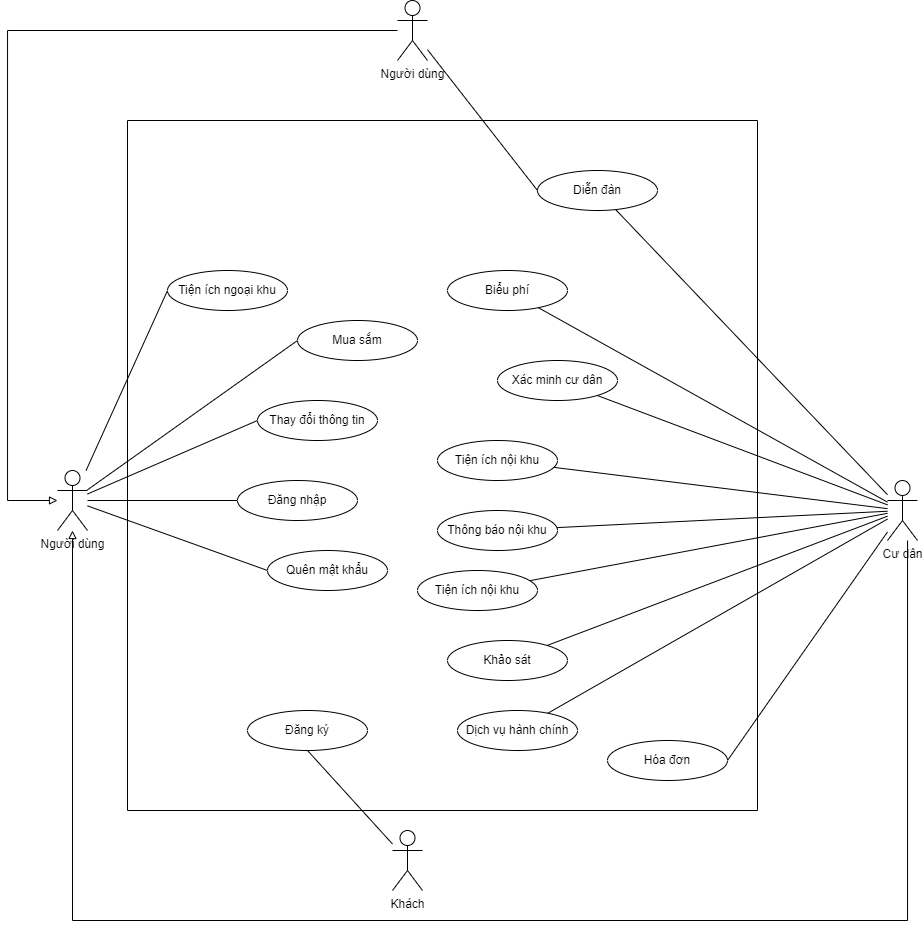
This is usecase diagram/use case tông quan.drawio.png from kienndhn/draw-io, a draw.io export, as it was before one commit. Source tidied: cells renumbered, new cells last; positions are measured from the earlier drawing's top-left corner, leaving out a move shared by most shapes. Source of this version:
```xml
<mxGraphModel>
  <root>
    <mxCell id="0" />
    <mxCell id="1" parent="0" />
    <mxCell id="2" style="edgeStyle=none;rounded=0;jettySize=auto;html=1;entryX=0;entryY=0.5;entryDx=0;entryDy=0;endArrow=none;endFill=0;" parent="1" edge="1" source="8" target="23">
      <mxGeometry relative="1" as="geometry" />
    </mxCell>
    <mxCell id="3" style="edgeStyle=none;rounded=0;jettySize=auto;html=1;entryX=0;entryY=0.5;entryDx=0;entryDy=0;endArrow=none;endFill=0;" parent="1" edge="1" source="8" target="22">
      <mxGeometry relative="1" as="geometry" />
    </mxCell>
    <mxCell id="4" style="edgeStyle=none;rounded=0;jettySize=auto;html=1;entryX=0;entryY=0.5;entryDx=0;entryDy=0;endArrow=none;endFill=0;" parent="1" edge="1" source="8" target="24">
      <mxGeometry relative="1" as="geometry" />
    </mxCell>
    <mxCell id="5" style="edgeStyle=none;rounded=0;jettySize=auto;html=1;entryX=0;entryY=0.5;entryDx=0;entryDy=0;endArrow=none;endFill=0;" parent="1" edge="1" source="8" target="20">
      <mxGeometry relative="1" as="geometry" />
    </mxCell>
    <mxCell id="6" style="edgeStyle=none;rounded=0;jettySize=auto;html=1;entryX=0;entryY=0.5;entryDx=0;entryDy=0;endArrow=none;endFill=0;" parent="1" edge="1" source="8" target="21">
      <mxGeometry relative="1" as="geometry" />
    </mxCell>
    <mxCell id="7" style="edgeStyle=orthogonalEdgeStyle;rounded=0;jettySize=auto;html=1;startArrow=block;startFill=0;endArrow=none;endFill=0;" parent="1" edge="1" source="8" target="35">
      <mxGeometry relative="1" as="geometry">
        <Array as="points">
          <mxPoint y="500" />
          <mxPoint y="30" />
        </Array>
      </mxGeometry>
    </mxCell>
    <mxCell id="8" value="Người dùng" style="shape=umlActor;verticalLabelPosition=bottom;verticalAlign=top;html=1;outlineConnect=0;" parent="1" vertex="1">
      <mxGeometry x="50" y="470" width="30" height="60" as="geometry" />
    </mxCell>
    <mxCell id="9" style="rounded=0;jettySize=auto;html=1;entryX=0.5;entryY=1;entryDx=0;entryDy=0;endArrow=none;endFill=0;" parent="1" edge="1" source="10" target="25">
      <mxGeometry relative="1" as="geometry" />
    </mxCell>
    <mxCell id="10" value="Khách" style="shape=umlActor;verticalLabelPosition=bottom;verticalAlign=top;html=1;outlineConnect=0;" parent="1" vertex="1">
      <mxGeometry x="385" y="830" width="30" height="60" as="geometry" />
    </mxCell>
    <mxCell id="11" style="edgeStyle=orthogonalEdgeStyle;rounded=0;jettySize=auto;html=1;endArrow=block;endFill=0;" parent="1" edge="1" source="13" target="8">
      <mxGeometry relative="1" as="geometry">
        <Array as="points">
          <mxPoint x="900" y="920" />
          <mxPoint x="65" y="920" />
        </Array>
      </mxGeometry>
    </mxCell>
    <mxCell id="12" style="edgeStyle=none;rounded=0;jettySize=auto;html=1;entryX=1;entryY=0.5;entryDx=0;entryDy=0;startArrow=none;startFill=0;endArrow=none;endFill=0;" parent="1" edge="1" source="13" target="30">
      <mxGeometry relative="1" as="geometry" />
    </mxCell>
    <mxCell id="13" value="Cư dân" style="shape=umlActor;verticalLabelPosition=bottom;verticalAlign=top;html=1;outlineConnect=0;" parent="1" vertex="1">
      <mxGeometry x="880" y="480" width="30" height="60" as="geometry" />
    </mxCell>
    <mxCell id="14" style="rounded=0;jettySize=auto;html=1;startArrow=none;startFill=0;endArrow=none;endFill=0;" parent="1" edge="1" source="29" target="13">
      <mxGeometry relative="1" as="geometry" />
    </mxCell>
    <mxCell id="15" style="edgeStyle=none;rounded=0;jettySize=auto;html=1;startArrow=none;startFill=0;endArrow=none;endFill=0;" parent="1" edge="1" source="28" target="13">
      <mxGeometry relative="1" as="geometry" />
    </mxCell>
    <mxCell id="16" style="edgeStyle=none;rounded=0;jettySize=auto;html=1;startArrow=none;startFill=0;endArrow=none;endFill=0;" parent="1" edge="1" source="32" target="13">
      <mxGeometry relative="1" as="geometry" />
    </mxCell>
    <mxCell id="17" style="edgeStyle=none;rounded=0;jettySize=auto;html=1;startArrow=none;startFill=0;endArrow=none;endFill=0;" parent="1" edge="1" source="27" target="13">
      <mxGeometry relative="1" as="geometry" />
    </mxCell>
    <mxCell id="18" style="edgeStyle=none;rounded=0;jettySize=auto;html=1;startArrow=none;startFill=0;endArrow=none;endFill=0;" parent="1" edge="1" source="26" target="13">
      <mxGeometry relative="1" as="geometry" />
    </mxCell>
    <mxCell id="19" style="swimlane;startSize=0;" parent="1" vertex="1">
      <mxGeometry x="120" y="120" width="630" height="690" as="geometry" />
    </mxCell>
    <mxCell id="20" value="Tiện ích ngoại khu" style="ellipse;whiteSpace=wrap;html=1;" parent="19" vertex="1">
      <mxGeometry x="40" y="150" width="120" height="40" as="geometry" />
    </mxCell>
    <mxCell id="21" value="Mua sắm" style="ellipse;whiteSpace=wrap;html=1;" parent="19" vertex="1">
      <mxGeometry x="170" y="200" width="120" height="40" as="geometry" />
    </mxCell>
    <mxCell id="22" value="Thay đổi thông tin" style="ellipse;whiteSpace=wrap;html=1;" parent="19" vertex="1">
      <mxGeometry x="130" y="280" width="120" height="40" as="geometry" />
    </mxCell>
    <mxCell id="23" value="Đăng nhập" style="ellipse;whiteSpace=wrap;html=1;" parent="19" vertex="1">
      <mxGeometry x="110" y="360" width="120" height="40" as="geometry" />
    </mxCell>
    <mxCell id="24" value="Quên mật khẩu" style="ellipse;whiteSpace=wrap;html=1;" parent="19" vertex="1">
      <mxGeometry x="140" y="430" width="120" height="40" as="geometry" />
    </mxCell>
    <mxCell id="25" value="Đăng ký" style="ellipse;whiteSpace=wrap;html=1;" parent="19" vertex="1">
      <mxGeometry x="120" y="590" width="120" height="40" as="geometry" />
    </mxCell>
    <mxCell id="26" value="Diễn đàn" style="ellipse;whiteSpace=wrap;html=1;" parent="19" vertex="1">
      <mxGeometry x="410" y="50" width="120" height="40" as="geometry" />
    </mxCell>
    <mxCell id="27" value="Tiện ích nội khu" style="ellipse;whiteSpace=wrap;html=1;" parent="19" vertex="1">
      <mxGeometry x="290" y="450" width="120" height="40" as="geometry" />
    </mxCell>
    <mxCell id="28" value="Tiện ích nội khu" style="ellipse;whiteSpace=wrap;html=1;" parent="19" vertex="1">
      <mxGeometry x="310" y="320" width="120" height="40" as="geometry" />
    </mxCell>
    <mxCell id="29" value="Xác minh cư dân" style="ellipse;whiteSpace=wrap;html=1;" parent="19" vertex="1">
      <mxGeometry x="370" y="240" width="120" height="40" as="geometry" />
    </mxCell>
    <mxCell id="30" value="Hóa đơn" style="ellipse;whiteSpace=wrap;html=1;" parent="19" vertex="1">
      <mxGeometry x="480" y="620" width="120" height="40" as="geometry" />
    </mxCell>
    <mxCell id="31" value="Biểu phí" style="ellipse;whiteSpace=wrap;html=1;" parent="19" vertex="1">
      <mxGeometry x="320" y="150" width="120" height="40" as="geometry" />
    </mxCell>
    <mxCell id="32" value="Thông báo nội khu" style="ellipse;whiteSpace=wrap;html=1;" parent="19" vertex="1">
      <mxGeometry x="310" y="390" width="120" height="40" as="geometry" />
    </mxCell>
    <mxCell id="33" value="Khảo sát" style="ellipse;whiteSpace=wrap;html=1;" parent="19" vertex="1">
      <mxGeometry x="320" y="520" width="120" height="40" as="geometry" />
    </mxCell>
    <mxCell id="34" value="Dịch vụ hành chính" style="ellipse;whiteSpace=wrap;html=1;" parent="19" vertex="1">
      <mxGeometry x="330" y="590" width="120" height="40" as="geometry" />
    </mxCell>
    <mxCell id="35" value="Người dùng" style="shape=umlActor;verticalLabelPosition=bottom;verticalAlign=top;html=1;outlineConnect=0;" parent="1" vertex="1">
      <mxGeometry x="390" width="30" height="60" as="geometry" />
    </mxCell>
    <mxCell id="36" style="edgeStyle=none;rounded=0;jettySize=auto;html=1;entryX=0;entryY=0.5;entryDx=0;entryDy=0;startArrow=none;startFill=0;endArrow=none;endFill=0;" parent="1" edge="1" source="35" target="26">
      <mxGeometry relative="1" as="geometry" />
    </mxCell>
    <mxCell id="37" style="rounded=0;jettySize=auto;html=1;startArrow=none;startFill=0;endArrow=none;endFill=0;" parent="1" edge="1" source="31" target="13">
      <mxGeometry relative="1" as="geometry" />
    </mxCell>
    <mxCell id="38" style="edgeStyle=none;rounded=0;jettySize=auto;html=1;startArrow=none;startFill=0;endArrow=none;endFill=0;" parent="1" edge="1" source="33" target="13">
      <mxGeometry relative="1" as="geometry" />
    </mxCell>
    <mxCell id="39" style="edgeStyle=none;rounded=0;jettySize=auto;html=1;startArrow=none;startFill=0;endArrow=none;endFill=0;" parent="1" edge="1" source="34" target="13">
      <mxGeometry relative="1" as="geometry" />
    </mxCell>
  </root>
</mxGraphModel>
```
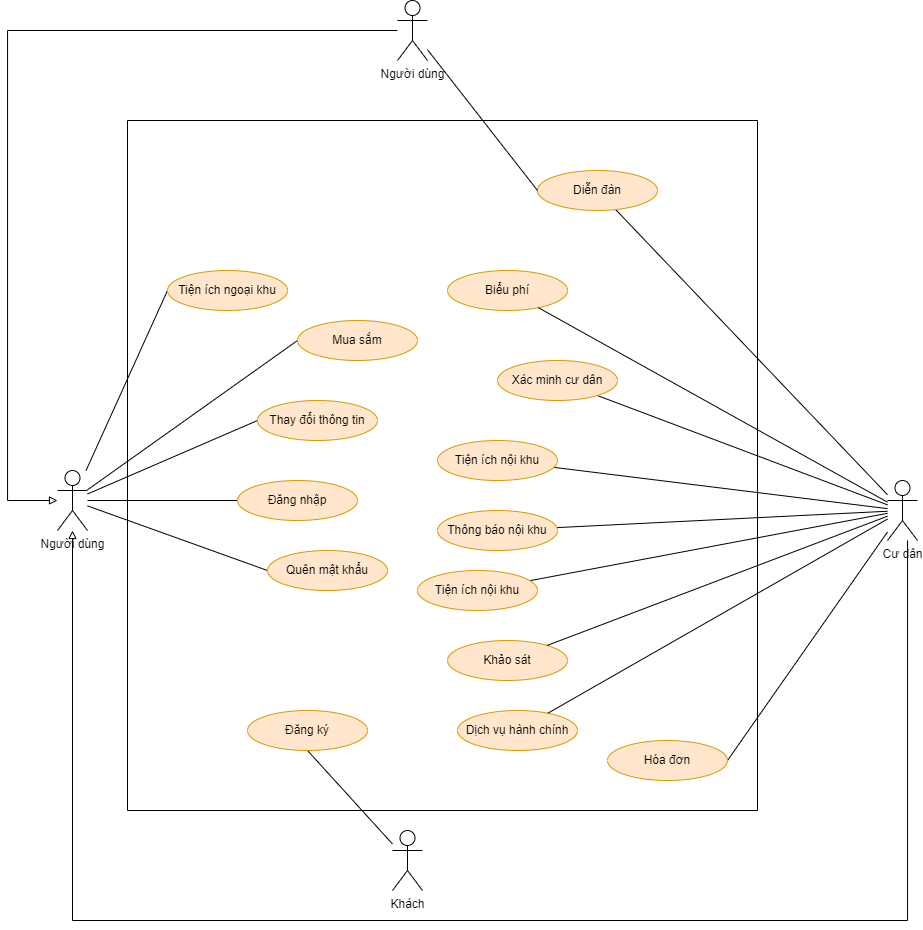
After the change.

The edit, as a diff of the source:
```diff
@@ -66,49 +66,49 @@
     <mxCell id="19" style="swimlane;startSize=0;" parent="1" vertex="1">
       <mxGeometry x="120" y="120" width="630" height="690" as="geometry" />
     </mxCell>
-    <mxCell id="20" value="Tiện ích ngoại khu" style="ellipse;whiteSpace=wrap;html=1;" parent="19" vertex="1">
+    <mxCell id="20" value="Tiện ích ngoại khu" style="ellipse;whiteSpace=wrap;html=1;fillColor=#ffe6cc;strokeColor=#d79b00;" parent="19" vertex="1">
       <mxGeometry x="40" y="150" width="120" height="40" as="geometry" />
     </mxCell>
-    <mxCell id="21" value="Mua sắm" style="ellipse;whiteSpace=wrap;html=1;" parent="19" vertex="1">
+    <mxCell id="21" value="Mua sắm" style="ellipse;whiteSpace=wrap;html=1;fillColor=#ffe6cc;strokeColor=#d79b00;" parent="19" vertex="1">
       <mxGeometry x="170" y="200" width="120" height="40" as="geometry" />
     </mxCell>
-    <mxCell id="22" value="Thay đổi thông tin" style="ellipse;whiteSpace=wrap;html=1;" parent="19" vertex="1">
+    <mxCell id="22" value="Thay đổi thông tin" style="ellipse;whiteSpace=wrap;html=1;fillColor=#ffe6cc;strokeColor=#d79b00;" parent="19" vertex="1">
       <mxGeometry x="130" y="280" width="120" height="40" as="geometry" />
     </mxCell>
-    <mxCell id="23" value="Đăng nhập" style="ellipse;whiteSpace=wrap;html=1;" parent="19" vertex="1">
+    <mxCell id="23" value="Đăng nhập" style="ellipse;whiteSpace=wrap;html=1;fillColor=#ffe6cc;strokeColor=#d79b00;" parent="19" vertex="1">
       <mxGeometry x="110" y="360" width="120" height="40" as="geometry" />
     </mxCell>
-    <mxCell id="24" value="Quên mật khẩu" style="ellipse;whiteSpace=wrap;html=1;" parent="19" vertex="1">
+    <mxCell id="24" value="Quên mật khẩu" style="ellipse;whiteSpace=wrap;html=1;fillColor=#ffe6cc;strokeColor=#d79b00;" parent="19" vertex="1">
       <mxGeometry x="140" y="430" width="120" height="40" as="geometry" />
     </mxCell>
-    <mxCell id="25" value="Đăng ký" style="ellipse;whiteSpace=wrap;html=1;" parent="19" vertex="1">
+    <mxCell id="25" value="Đăng ký" style="ellipse;whiteSpace=wrap;html=1;fillColor=#ffe6cc;strokeColor=#d79b00;" parent="19" vertex="1">
       <mxGeometry x="120" y="590" width="120" height="40" as="geometry" />
     </mxCell>
-    <mxCell id="26" value="Diễn đàn" style="ellipse;whiteSpace=wrap;html=1;" parent="19" vertex="1">
+    <mxCell id="26" value="Diễn đàn" style="ellipse;whiteSpace=wrap;html=1;fillColor=#ffe6cc;strokeColor=#d79b00;" parent="19" vertex="1">
       <mxGeometry x="410" y="50" width="120" height="40" as="geometry" />
     </mxCell>
-    <mxCell id="27" value="Tiện ích nội khu" style="ellipse;whiteSpace=wrap;html=1;" parent="19" vertex="1">
+    <mxCell id="27" value="Tiện ích nội khu" style="ellipse;whiteSpace=wrap;html=1;fillColor=#ffe6cc;strokeColor=#d79b00;" parent="19" vertex="1">
       <mxGeometry x="290" y="450" width="120" height="40" as="geometry" />
     </mxCell>
-    <mxCell id="28" value="Tiện ích nội khu" style="ellipse;whiteSpace=wrap;html=1;" parent="19" vertex="1">
+    <mxCell id="28" value="Tiện ích nội khu" style="ellipse;whiteSpace=wrap;html=1;fillColor=#ffe6cc;strokeColor=#d79b00;" parent="19" vertex="1">
       <mxGeometry x="310" y="320" width="120" height="40" as="geometry" />
     </mxCell>
-    <mxCell id="29" value="Xác minh cư dân" style="ellipse;whiteSpace=wrap;html=1;" parent="19" vertex="1">
+    <mxCell id="29" value="Xác minh cư dân" style="ellipse;whiteSpace=wrap;html=1;fillColor=#ffe6cc;strokeColor=#d79b00;" parent="19" vertex="1">
       <mxGeometry x="370" y="240" width="120" height="40" as="geometry" />
     </mxCell>
-    <mxCell id="30" value="Hóa đơn" style="ellipse;whiteSpace=wrap;html=1;" parent="19" vertex="1">
+    <mxCell id="30" value="Hóa đơn" style="ellipse;whiteSpace=wrap;html=1;fillColor=#ffe6cc;strokeColor=#d79b00;" parent="19" vertex="1">
       <mxGeometry x="480" y="620" width="120" height="40" as="geometry" />
     </mxCell>
-    <mxCell id="31" value="Biểu phí" style="ellipse;whiteSpace=wrap;html=1;" parent="19" vertex="1">
+    <mxCell id="31" value="Biểu phí" style="ellipse;whiteSpace=wrap;html=1;fillColor=#ffe6cc;strokeColor=#d79b00;" parent="19" vertex="1">
       <mxGeometry x="320" y="150" width="120" height="40" as="geometry" />
     </mxCell>
-    <mxCell id="32" value="Thông báo nội khu" style="ellipse;whiteSpace=wrap;html=1;" parent="19" vertex="1">
+    <mxCell id="32" value="Thông báo nội khu" style="ellipse;whiteSpace=wrap;html=1;fillColor=#ffe6cc;strokeColor=#d79b00;" parent="19" vertex="1">
       <mxGeometry x="310" y="390" width="120" height="40" as="geometry" />
     </mxCell>
-    <mxCell id="33" value="Khảo sát" style="ellipse;whiteSpace=wrap;html=1;" parent="19" vertex="1">
+    <mxCell id="33" value="Khảo sát" style="ellipse;whiteSpace=wrap;html=1;fillColor=#ffe6cc;strokeColor=#d79b00;" parent="19" vertex="1">
       <mxGeometry x="320" y="520" width="120" height="40" as="geometry" />
     </mxCell>
-    <mxCell id="34" value="Dịch vụ hành chính" style="ellipse;whiteSpace=wrap;html=1;" parent="19" vertex="1">
+    <mxCell id="34" value="Dịch vụ hành chính" style="ellipse;whiteSpace=wrap;html=1;fillColor=#ffe6cc;strokeColor=#d79b00;" parent="19" vertex="1">
       <mxGeometry x="330" y="590" width="120" height="40" as="geometry" />
     </mxCell>
     <mxCell id="35" value="Người dùng" style="shape=umlActor;verticalLabelPosition=bottom;verticalAlign=top;html=1;outlineConnect=0;" parent="1" vertex="1">
```
